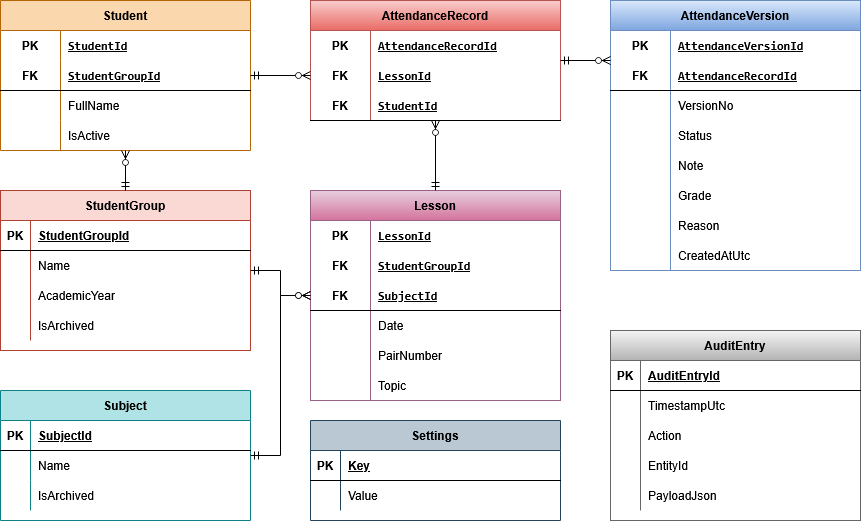
grifcodi/college-year-4-semester-1-course-work-attendance-journal keeps this draw.io diagram as docs/ER diagram.drawio.png. Above is the earlier version. Source tidied: cells renumbered, new cells last; positions are measured from the earlier drawing's top-left corner, leaving out a move shared by most shapes.
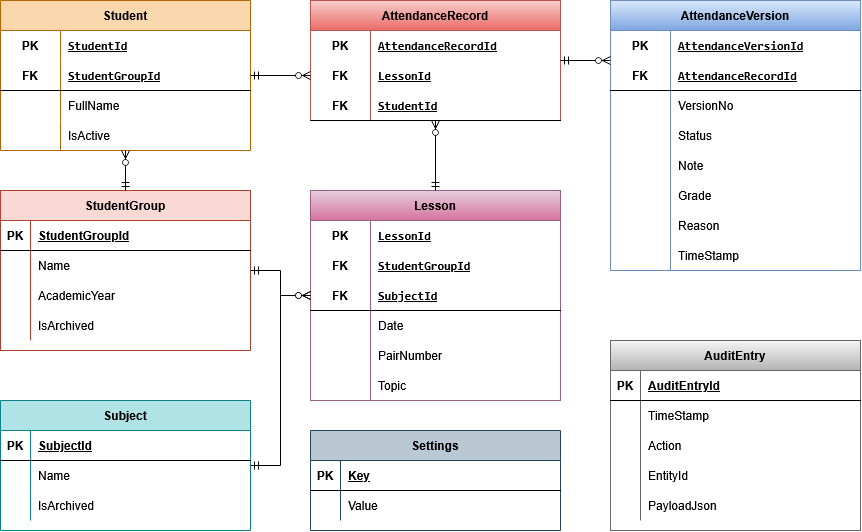
Later version of the same file.

The edit, as a diff of the source:
```diff
@@ -81,7 +81,7 @@
       <mxGeometry x="60" width="190" height="30" as="geometry" />
     </mxCell>
     <mxCell id="28" value="Subject" style="shape=table;startSize=30;rowLines=0;fontStyle=1;align=center;fillColor=#b0e3e6;strokeColor=#0e8088;" parent="1" vertex="1">
-      <mxGeometry y="390" width="250" height="130" as="geometry" />
+      <mxGeometry y="400" width="250" height="130" as="geometry" />
     </mxCell>
     <mxCell id="29" style="shape=partialRectangle;fillColor=none;top=0;left=0;right=0;bottom=1;" parent="28" vertex="1">
       <mxGeometry y="30" width="250" height="30" as="geometry" />
@@ -269,11 +269,11 @@
     <mxCell id="90" style="shape=partialRectangle;fillColor=none;top=0;left=0;bottom=0;right=0;overflow=hidden;html=1;whiteSpace=wrap;" parent="89" vertex="1">
       <mxGeometry width="60" height="30" as="geometry" />
     </mxCell>
-    <mxCell id="91" value="CreatedAtUtc" style="shape=partialRectangle;fillColor=none;top=0;left=0;bottom=0;right=0;align=left;spacingLeft=6;overflow=hidden;html=1;whiteSpace=wrap;" parent="89" vertex="1">
+    <mxCell id="91" value="TimeStamp" style="shape=partialRectangle;fillColor=none;top=0;left=0;bottom=0;right=0;align=left;spacingLeft=6;overflow=hidden;html=1;whiteSpace=wrap;" parent="89" vertex="1">
       <mxGeometry x="60" width="190" height="30" as="geometry" />
     </mxCell>
     <mxCell id="92" value="AuditEntry" style="shape=table;startSize=30;rowLines=0;fontStyle=1;align=center;fillColor=#f5f5f5;gradientColor=#b3b3b3;strokeColor=#666666;" parent="1" vertex="1">
-      <mxGeometry x="610" y="330" width="250" height="190" as="geometry" />
+      <mxGeometry x="610" y="340" width="250" height="190" as="geometry" />
     </mxCell>
     <mxCell id="93" style="shape=partialRectangle;fillColor=none;top=0;left=0;right=0;bottom=1;" parent="92" vertex="1">
       <mxGeometry y="30" width="250" height="30" as="geometry" />
@@ -290,7 +290,7 @@
     <mxCell id="97" style="shape=partialRectangle;overflow=hidden;fillColor=none;top=0;left=0;bottom=0;right=0;" parent="96" vertex="1">
       <mxGeometry width="30" height="30" as="geometry" />
     </mxCell>
-    <mxCell id="98" value="TimestampUtc" style="shape=partialRectangle;overflow=hidden;fillColor=none;top=0;left=0;bottom=0;right=0;align=left;spacingLeft=6;" parent="96" vertex="1">
+    <mxCell id="98" value="TimeStamp" style="shape=partialRectangle;overflow=hidden;fillColor=none;top=0;left=0;bottom=0;right=0;align=left;spacingLeft=6;" parent="96" vertex="1">
       <mxGeometry x="30" width="220" height="30" as="geometry" />
     </mxCell>
     <mxCell id="99" style="shape=partialRectangle;fillColor=none;top=0;left=0;right=0;bottom=0;" parent="92" vertex="1">
@@ -321,7 +321,7 @@
       <mxGeometry x="30" width="220" height="30" as="geometry" />
     </mxCell>
     <mxCell id="108" value="Settings" style="shape=table;startSize=30;rowLines=0;fontStyle=1;align=center;fillColor=#bac8d3;strokeColor=#23445d;" parent="1" vertex="1">
-      <mxGeometry x="310" y="420" width="250" height="100" as="geometry" />
+      <mxGeometry x="310" y="430" width="250" height="100" as="geometry" />
     </mxCell>
     <mxCell id="109" style="shape=partialRectangle;fillColor=none;top=0;left=0;right=0;bottom=1;" parent="108" vertex="1">
       <mxGeometry y="30" width="250" height="30" as="geometry" />
```
